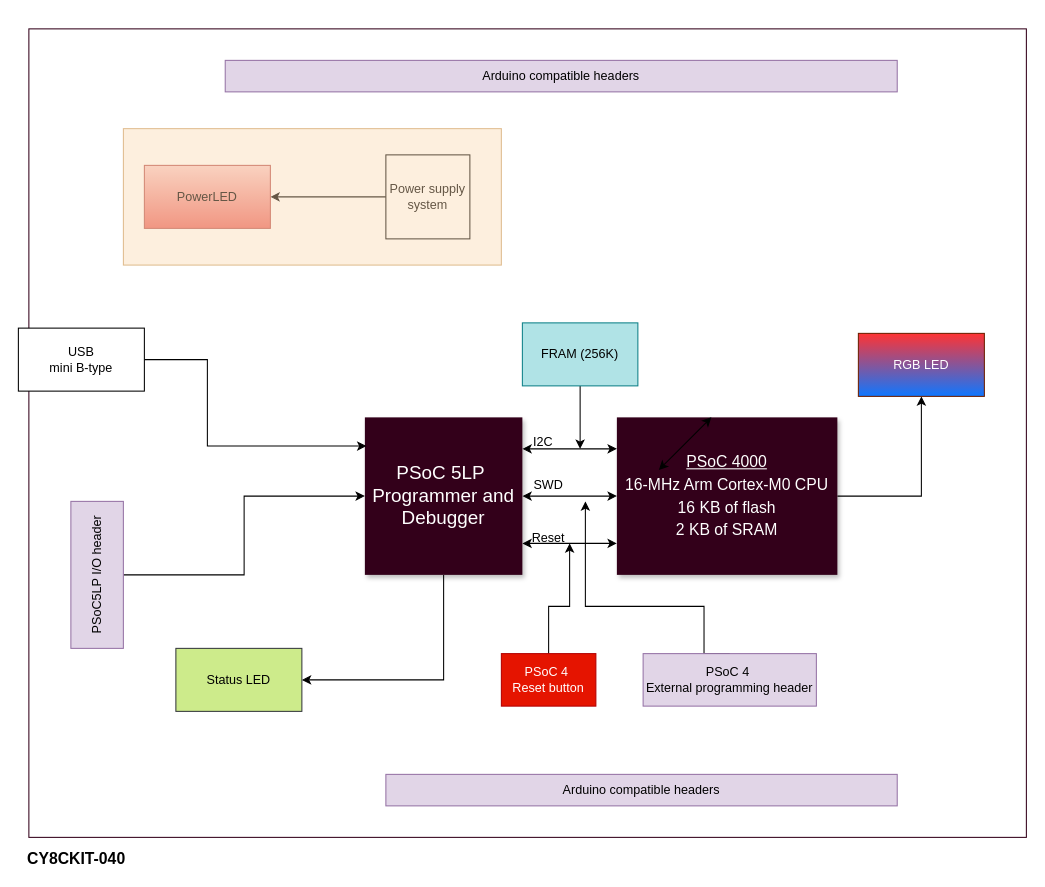
Earlier version of the draw.io diagram assignments/week_2/assets/hw_bd_cy8ckit-040.drawio (kambadur/making_embedded_systems). Source tidied: cells renumbered, new cells numbered last; positions are measured from the earlier drawing's top-left corner, leaving out a move shared by most shapes. Both pictures are drawn from the tidied source at 105%, with x=0, y=0 at pixel (18, 28).
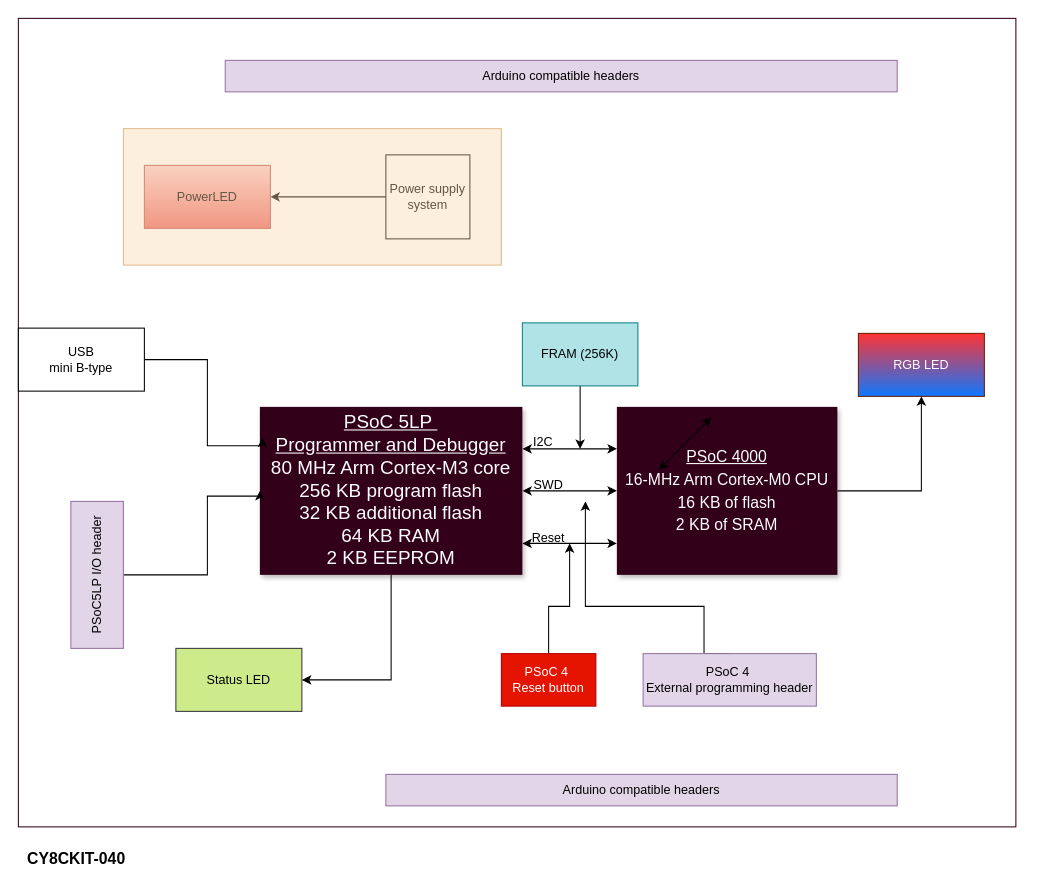
The same page after the edit.

The change refers to these unchanged cells:
```xml
<mxCell id="22" value="PSoC5LP I/O header" style="rounded=0;whiteSpace=wrap;html=1;horizontal=0;fillColor=#e1d5e7;strokeColor=#9673a6;" parent="1" vertex="1">
  <mxGeometry x="50" y="450" width="50" height="140" as="geometry" />
</mxCell>
```

Change to the diagram source:
```diff
@@
     <mxCell id="2" style="rounded=0;whiteSpace=wrap;html=1;fontSize=14;fontColor=#FFFFFF;strokeColor=#33001A;fillColor=#FFFFFF;" parent="1" vertex="1">
-      <mxGeometry x="10" width="950" height="770" as="geometry" />
+      <mxGeometry y="-10" width="950" height="770" as="geometry" />
     </mxCell>
@@
     <mxCell id="4" value="&lt;u style=&quot;color: rgb(255 , 255 , 255)&quot;&gt;&lt;span style=&quot;font-size: 15px&quot;&gt;PSoC 4000&lt;/span&gt;&lt;/u&gt;&lt;br style=&quot;color: rgb(255 , 255 , 255)&quot;&gt;&lt;div style=&quot;color: rgb(255 , 255 , 255)&quot;&gt;&lt;span style=&quot;font-size: 15px&quot;&gt;16-MHz Arm Cortex-M0 CPU&lt;/span&gt;&lt;/div&gt;&lt;div style=&quot;color: rgb(255 , 255 , 255)&quot;&gt;&lt;span style=&quot;font-size: 15px&quot;&gt;16 KB of flash&lt;/span&gt;&lt;/div&gt;&lt;div style=&quot;color: rgb(255 , 255 , 255)&quot;&gt;&lt;span style=&quot;font-size: 15px&quot;&gt;2 KB of SRAM&lt;/span&gt;&lt;/div&gt;" style="whiteSpace=wrap;html=1;shadow=1;fontSize=18;fillColor=#33001A;strokeColor=none;" parent="1" vertex="1">
-      <mxGeometry x="570" y="370" width="210" height="150" as="geometry" />
+      <mxGeometry x="570" y="360" width="210" height="160" as="geometry" />
     </mxCell>
@@
-    <mxCell id="6" value="&lt;font color=&quot;#ffffff&quot;&gt;PSoC 5LP&amp;nbsp;&lt;br&gt;Programmer and Debugger&lt;br&gt;&lt;/font&gt;" style="whiteSpace=wrap;html=1;shadow=1;fontSize=18;fillColor=#33001A;strokeColor=none;" parent="1" vertex="1">
-      <mxGeometry x="330" y="370" width="150" height="150" as="geometry" />
+    <mxCell id="6" value="&lt;font color=&quot;#ffffff&quot;&gt;&lt;u&gt;PSoC 5LP&amp;nbsp;&lt;br&gt;Programmer and Debugger&lt;/u&gt;&lt;br&gt;&lt;div&gt;80 MHz Arm Cortex-M3 core&lt;/div&gt;&lt;div&gt;256 KB program flash&lt;/div&gt;&lt;div&gt;32 KB additional flash&lt;/div&gt;&lt;div&gt;64 KB RAM&lt;/div&gt;&lt;div&gt;2 KB EEPROM&lt;/div&gt;&lt;/font&gt;" style="whiteSpace=wrap;html=1;shadow=1;fontSize=18;fillColor=#33001A;strokeColor=none;" parent="1" vertex="1">
+      <mxGeometry x="230" y="360" width="250" height="160" as="geometry" />
     </mxCell>
@@
     <mxCell id="21" style="edgeStyle=orthogonalEdgeStyle;rounded=0;jettySize=auto;html=1;entryX=0;entryY=0.5;entryDx=0;entryDy=0;" parent="1" edge="1" source="22" target="6">
-      <mxGeometry relative="1" as="geometry" />
+      <mxGeometry relative="1" as="geometry">
+        <Array as="points">
+          <mxPoint x="180" y="520" />
+          <mxPoint x="180" y="445" />
+        </Array>
+      </mxGeometry>
     </mxCell>
```
